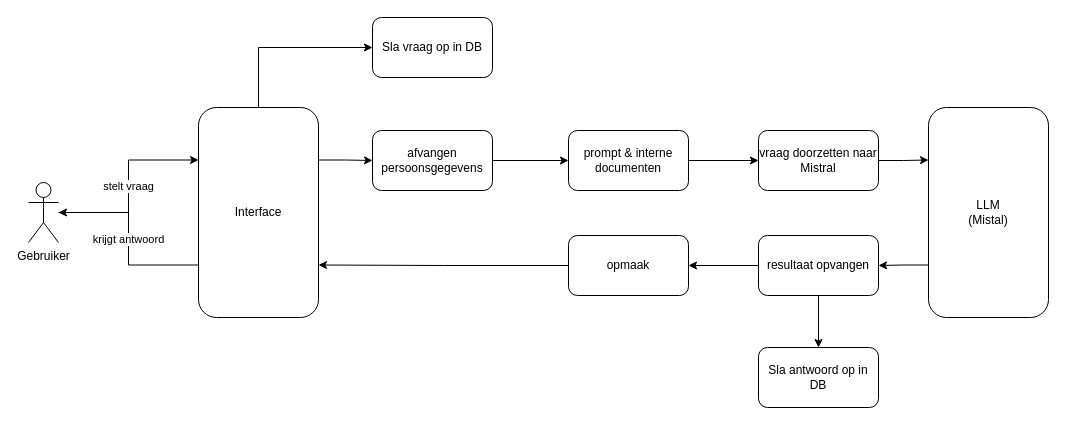
Above: page "Pagina-1" (1 of 2) of AI_agent_proces.drawio in wijgroningen/wij_groningen_AI_agent (draw.io), before the change. Source tidied: cells renumbered, new cells numbered last; positions are measured from the earlier drawing's top-left corner, leaving out a move shared by most shapes. Both pictures are drawn from the tidied source at 100%, with x=0, y=0 at pixel (28, 17).
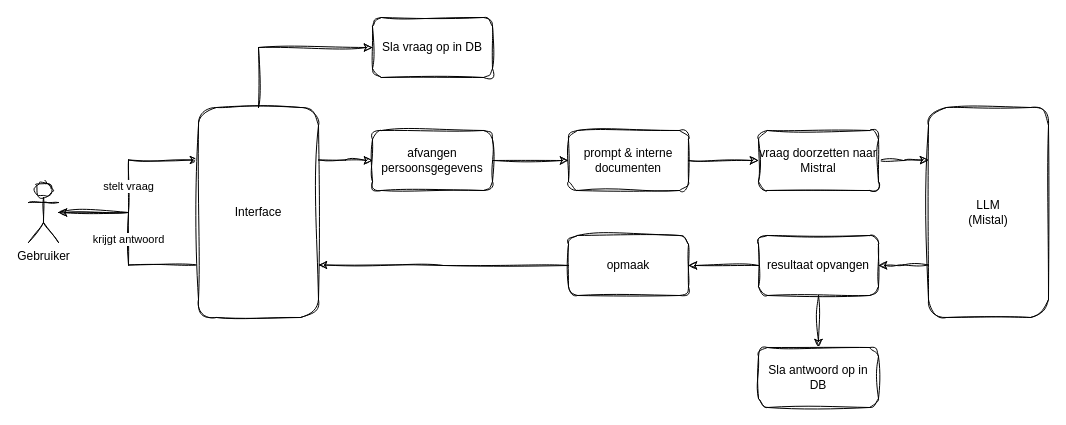
The same page after the edit.

Diff of the diagram source:
```diff
@@
-    <mxCell id="2" value="stelt vraag" style="edgeStyle=orthogonalEdgeStyle;rounded=0;jettySize=auto;html=1;entryX=0;entryY=0.25;entryDx=0;entryDy=0;" parent="1" edge="1" source="3" target="7">
+    <mxCell id="2" value="stelt vraag" style="edgeStyle=orthogonalEdgeStyle;rounded=0;jettySize=auto;html=1;entryX=0;entryY=0.25;entryDx=0;entryDy=0;sketch=1;curveFitting=1;jiggle=2;" parent="1" edge="1" source="3" target="7">
       <mxGeometry relative="1" as="geometry" />
     </mxCell>
-    <mxCell id="3" value="Gebruiker" style="shape=umlActor;verticalLabelPosition=bottom;verticalAlign=top;html=1;outlineConnect=0;" parent="1" vertex="1">
+    <mxCell id="3" value="Gebruiker" style="shape=umlActor;verticalLabelPosition=bottom;verticalAlign=top;html=1;outlineConnect=0;sketch=1;curveFitting=1;jiggle=2;" parent="1" vertex="1">
       <mxGeometry y="165" width="30" height="60" as="geometry" />
     </mxCell>
-    <mxCell id="4" style="edgeStyle=orthogonalEdgeStyle;rounded=0;jettySize=auto;html=1;exitX=1;exitY=0.25;exitDx=0;exitDy=0;entryX=0;entryY=0.5;entryDx=0;entryDy=0;" parent="1" edge="1" source="7" target="9">
+    <mxCell id="4" style="edgeStyle=orthogonalEdgeStyle;rounded=0;jettySize=auto;html=1;exitX=1;exitY=0.25;exitDx=0;exitDy=0;entryX=0;entryY=0.5;entryDx=0;entryDy=0;sketch=1;curveFitting=1;jiggle=2;" parent="1" edge="1" source="7" target="9">
       <mxGeometry relative="1" as="geometry" />
     </mxCell>
-    <mxCell id="5" value="krijgt antwoord" style="edgeStyle=orthogonalEdgeStyle;rounded=0;jettySize=auto;html=1;exitX=0;exitY=0.75;exitDx=0;exitDy=0;" parent="1" edge="1" source="7" target="3">
+    <mxCell id="5" value="krijgt antwoord" style="edgeStyle=orthogonalEdgeStyle;rounded=0;jettySize=auto;html=1;exitX=0;exitY=0.75;exitDx=0;exitDy=0;sketch=1;curveFitting=1;jiggle=2;" parent="1" edge="1" source="7" target="3">
       <mxGeometry relative="1" as="geometry" />
     </mxCell>
-    <mxCell id="6" style="edgeStyle=orthogonalEdgeStyle;rounded=0;jettySize=auto;html=1;exitX=0.5;exitY=0;exitDx=0;exitDy=0;entryX=0;entryY=0.5;entryDx=0;entryDy=0;" parent="1" edge="1" source="7" target="21">
+    <mxCell id="6" style="edgeStyle=orthogonalEdgeStyle;rounded=0;jettySize=auto;html=1;exitX=0.5;exitY=0;exitDx=0;exitDy=0;entryX=0;entryY=0.5;entryDx=0;entryDy=0;sketch=1;curveFitting=1;jiggle=2;" parent="1" edge="1" source="7" target="21">
       <mxGeometry relative="1" as="geometry" />
     </mxCell>
-    <mxCell id="7" value="Interface" style="rounded=1;whiteSpace=wrap;html=1;" parent="1" vertex="1">
+    <mxCell id="7" value="Interface" style="rounded=1;whiteSpace=wrap;html=1;sketch=1;curveFitting=1;jiggle=2;" parent="1" vertex="1">
       <mxGeometry x="170" y="90" width="120" height="210" as="geometry" />
     </mxCell>
-    <mxCell id="8" style="edgeStyle=orthogonalEdgeStyle;rounded=0;jettySize=auto;html=1;" parent="1" edge="1" source="9" target="20">
+    <mxCell id="8" style="edgeStyle=orthogonalEdgeStyle;rounded=0;jettySize=auto;html=1;sketch=1;curveFitting=1;jiggle=2;" parent="1" edge="1" source="9" target="20">
       <mxGeometry relative="1" as="geometry" />
     </mxCell>
-    <mxCell id="9" value="afvangen persoonsgegevens" style="rounded=1;whiteSpace=wrap;html=1;" parent="1" vertex="1">
+    <mxCell id="9" value="afvangen persoonsgegevens" style="rounded=1;whiteSpace=wrap;html=1;sketch=1;curveFitting=1;jiggle=2;" parent="1" vertex="1">
       <mxGeometry x="344" y="113" width="120" height="60" as="geometry" />
     </mxCell>
-    <mxCell id="10" style="edgeStyle=orthogonalEdgeStyle;rounded=0;jettySize=auto;html=1;exitX=1;exitY=0.5;exitDx=0;exitDy=0;entryX=0;entryY=0.25;entryDx=0;entryDy=0;" parent="1" edge="1" source="11" target="13">
+    <mxCell id="10" style="edgeStyle=orthogonalEdgeStyle;rounded=0;jettySize=auto;html=1;exitX=1;exitY=0.5;exitDx=0;exitDy=0;entryX=0;entryY=0.25;entryDx=0;entryDy=0;sketch=1;curveFitting=1;jiggle=2;" parent="1" edge="1" source="11" target="13">
       <mxGeometry relative="1" as="geometry" />
     </mxCell>
-    <mxCell id="11" value="vraag doorzetten naar Mistral" style="rounded=1;whiteSpace=wrap;html=1;" parent="1" vertex="1">
+    <mxCell id="11" value="vraag doorzetten naar Mistral" style="rounded=1;whiteSpace=wrap;html=1;sketch=1;curveFitting=1;jiggle=2;" parent="1" vertex="1">
       <mxGeometry x="730" y="113" width="120" height="60" as="geometry" />
     </mxCell>
-    <mxCell id="12" style="edgeStyle=orthogonalEdgeStyle;rounded=0;jettySize=auto;html=1;exitX=0;exitY=0.75;exitDx=0;exitDy=0;entryX=1;entryY=0.5;entryDx=0;entryDy=0;" parent="1" edge="1" source="13" target="16">
+    <mxCell id="12" style="edgeStyle=orthogonalEdgeStyle;rounded=0;jettySize=auto;html=1;exitX=0;exitY=0.75;exitDx=0;exitDy=0;entryX=1;entryY=0.5;entryDx=0;entryDy=0;sketch=1;curveFitting=1;jiggle=2;" parent="1" edge="1" source="13" target="16">
       <mxGeometry relative="1" as="geometry" />
     </mxCell>
-    <mxCell id="13" value="LLM&lt;br&gt;(Mistal)" style="rounded=1;whiteSpace=wrap;html=1;" parent="1" vertex="1">
+    <mxCell id="13" value="LLM&lt;br&gt;(Mistal)" style="rounded=1;whiteSpace=wrap;html=1;sketch=1;curveFitting=1;jiggle=2;" parent="1" vertex="1">
       <mxGeometry x="900" y="90" width="120" height="210" as="geometry" />
     </mxCell>
-    <mxCell id="14" style="edgeStyle=orthogonalEdgeStyle;rounded=0;jettySize=auto;html=1;" parent="1" edge="1" source="16" target="18">
+    <mxCell id="14" style="edgeStyle=orthogonalEdgeStyle;rounded=0;jettySize=auto;html=1;sketch=1;curveFitting=1;jiggle=2;" parent="1" edge="1" source="16" target="18">
       <mxGeometry relative="1" as="geometry" />
     </mxCell>
-    <mxCell id="15" style="edgeStyle=orthogonalEdgeStyle;rounded=0;jettySize=auto;html=1;entryX=0.5;entryY=0;entryDx=0;entryDy=0;" parent="1" edge="1" source="16" target="22">
+    <mxCell id="15" style="edgeStyle=orthogonalEdgeStyle;rounded=0;jettySize=auto;html=1;entryX=0.5;entryY=0;entryDx=0;entryDy=0;sketch=1;curveFitting=1;jiggle=2;" parent="1" edge="1" source="16" target="22">
       <mxGeometry relative="1" as="geometry" />
     </mxCell>
-    <mxCell id="16" value="resultaat opvangen" style="rounded=1;whiteSpace=wrap;html=1;" parent="1" vertex="1">
+    <mxCell id="16" value="resultaat opvangen" style="rounded=1;whiteSpace=wrap;html=1;sketch=1;curveFitting=1;jiggle=2;" parent="1" vertex="1">
       <mxGeometry x="730" y="218" width="120" height="60" as="geometry" />
     </mxCell>
-    <mxCell id="17" style="edgeStyle=orthogonalEdgeStyle;rounded=0;jettySize=auto;html=1;entryX=1;entryY=0.75;entryDx=0;entryDy=0;" parent="1" edge="1" source="18" target="7">
+    <mxCell id="17" style="edgeStyle=orthogonalEdgeStyle;rounded=0;jettySize=auto;html=1;entryX=1;entryY=0.75;entryDx=0;entryDy=0;sketch=1;curveFitting=1;jiggle=2;" parent="1" edge="1" source="18" target="7">
       <mxGeometry relative="1" as="geometry" />
     </mxCell>
-    <mxCell id="18" value="opmaak" style="rounded=1;whiteSpace=wrap;html=1;" parent="1" vertex="1">
+    <mxCell id="18" value="opmaak" style="rounded=1;whiteSpace=wrap;html=1;sketch=1;curveFitting=1;jiggle=2;" parent="1" vertex="1">
       <mxGeometry x="540" y="218" width="120" height="60" as="geometry" />
     </mxCell>
-    <mxCell id="19" style="edgeStyle=orthogonalEdgeStyle;rounded=0;jettySize=auto;html=1;exitX=1;exitY=0.5;exitDx=0;exitDy=0;entryX=0;entryY=0.5;entryDx=0;entryDy=0;" parent="1" edge="1" source="20" target="11">
+    <mxCell id="19" style="edgeStyle=orthogonalEdgeStyle;rounded=0;jettySize=auto;html=1;exitX=1;exitY=0.5;exitDx=0;exitDy=0;entryX=0;entryY=0.5;entryDx=0;entryDy=0;sketch=1;curveFitting=1;jiggle=2;" parent="1" edge="1" source="20" target="11">
       <mxGeometry relative="1" as="geometry" />
     </mxCell>
-    <mxCell id="20" value="prompt &amp;amp; interne documenten" style="rounded=1;whiteSpace=wrap;html=1;" parent="1" vertex="1">
+    <mxCell id="20" value="prompt &amp;amp; interne documenten" style="rounded=1;whiteSpace=wrap;html=1;sketch=1;curveFitting=1;jiggle=2;" parent="1" vertex="1">
       <mxGeometry x="540" y="113" width="120" height="60" as="geometry" />
     </mxCell>
-    <mxCell id="21" value="Sla vraag op in DB" style="rounded=1;whiteSpace=wrap;html=1;" parent="1" vertex="1">
+    <mxCell id="21" value="Sla vraag op in DB" style="rounded=1;whiteSpace=wrap;html=1;sketch=1;curveFitting=1;jiggle=2;" parent="1" vertex="1">
       <mxGeometry x="344" width="120" height="60" as="geometry" />
     </mxCell>
-    <mxCell id="22" value="Sla antwoord op in DB" style="rounded=1;whiteSpace=wrap;html=1;" parent="1" vertex="1">
+    <mxCell id="22" value="Sla antwoord op in DB" style="rounded=1;whiteSpace=wrap;html=1;sketch=1;curveFitting=1;jiggle=2;" parent="1" vertex="1">
       <mxGeometry x="730" y="330" width="120" height="60" as="geometry" />
     </mxCell>
```
